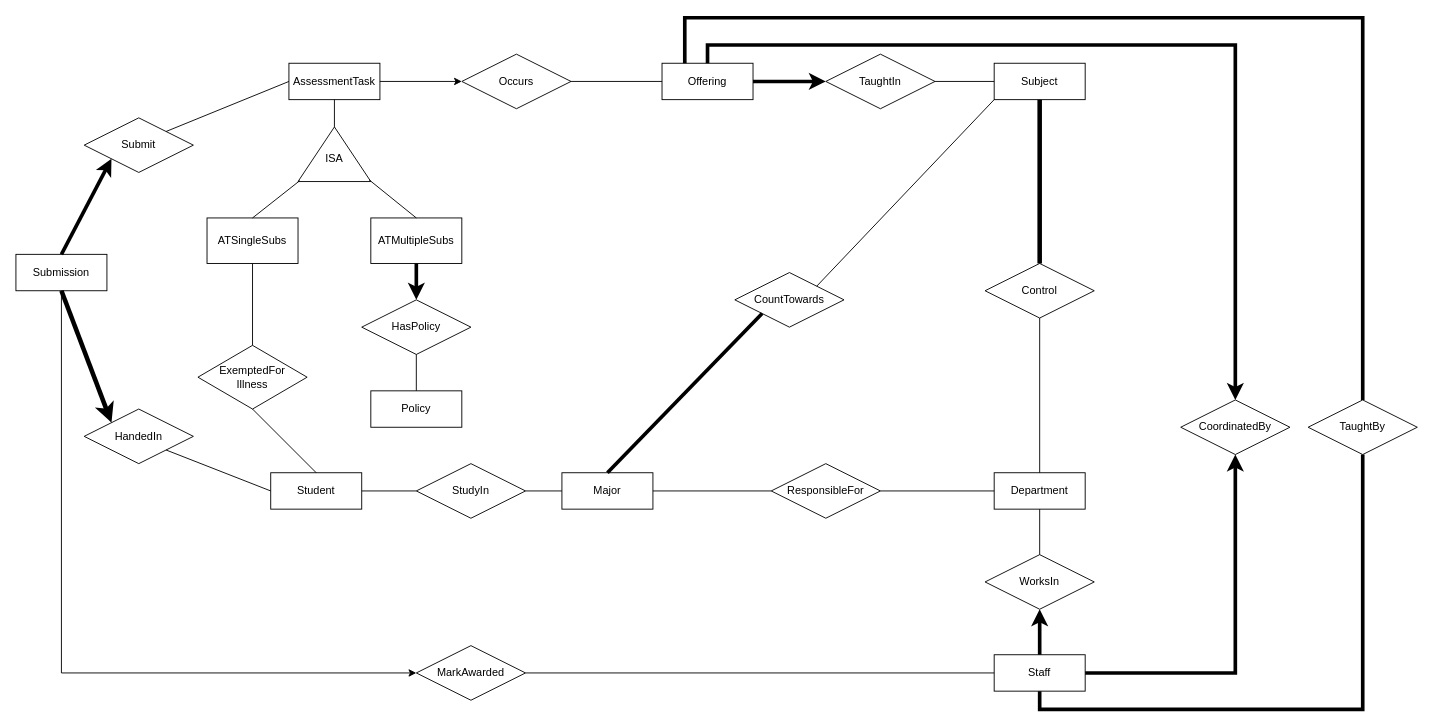
Before: isys2120a2.drawio in NguyenChHieu/graphs, a draw.io diagram. Source tidied: cells renumbered, new cells numbered last; positions are measured from the earlier drawing's top-left corner, leaving out a move shared by most shapes. Both pictures are drawn from the tidied source at 91%, with x=0, y=0 at pixel (15, 17).
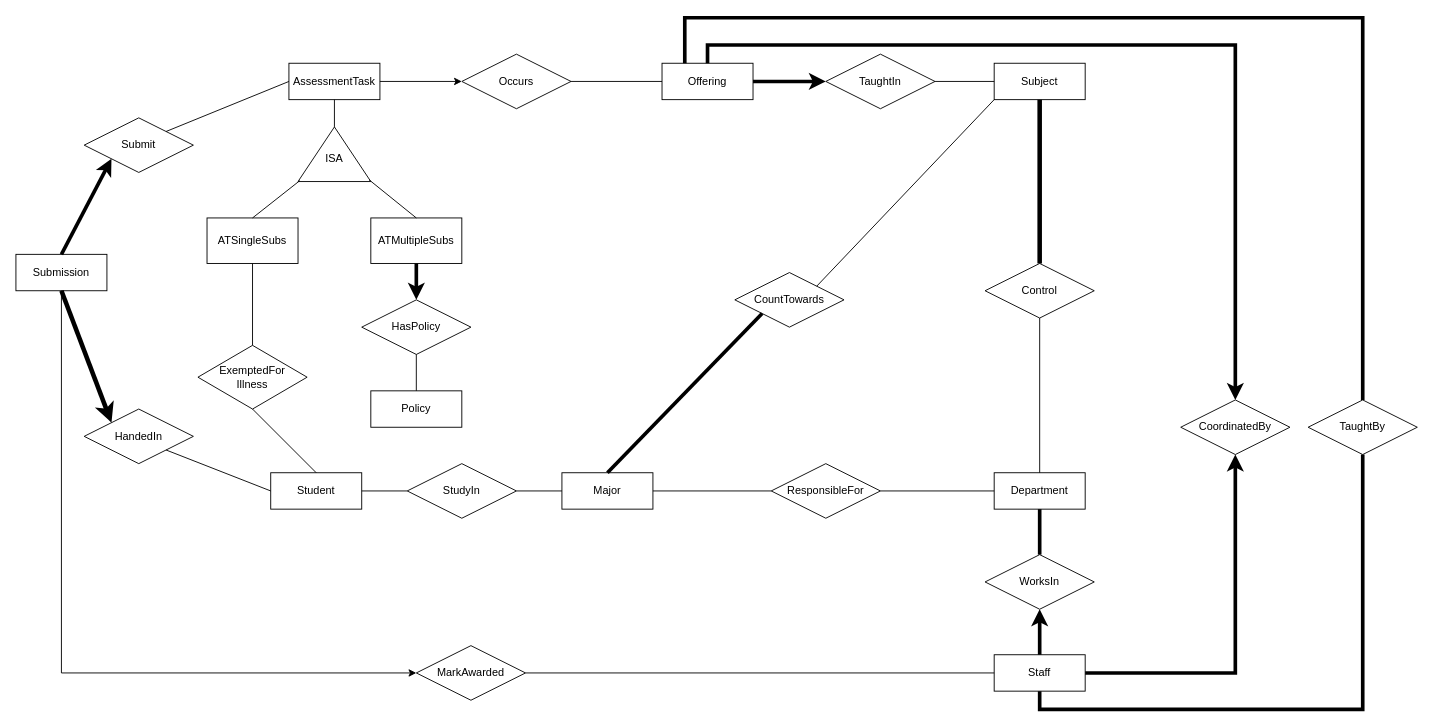
The same page after the edit.

Unchanged cells that the change refers to:
```xml
<mxCell id="3" value="Student" style="whiteSpace=wrap;html=1;align=center;" parent="1" vertex="1">
  <mxGeometry x="280" y="500" width="100" height="40" as="geometry" />
</mxCell>
<mxCell id="8" value="Department" style="whiteSpace=wrap;html=1;align=center;" parent="1" vertex="1">
  <mxGeometry x="1075" y="500" width="100" height="40" as="geometry" />
</mxCell>
<mxCell id="13" value="WorksIn" style="shape=rhombus;perimeter=rhombusPerimeter;whiteSpace=wrap;html=1;align=center;" parent="1" vertex="1">
  <mxGeometry x="1065" y="590" width="120" height="60" as="geometry" />
</mxCell>
```

The edit, as a diff of the source:
```diff
@@
     <mxCell id="10" value="StudyIn" style="shape=rhombus;perimeter=rhombusPerimeter;whiteSpace=wrap;html=1;align=center;" parent="1" vertex="1">
-      <mxGeometry x="440" y="490" width="120" height="60" as="geometry" />
+      <mxGeometry x="430" y="490" width="120" height="60" as="geometry" />
     </mxCell>
@@
-    <mxCell id="12" style="endArrow=none;html=1;rounded=0;entryX=1;entryY=0.5;entryDx=0;entryDy=0;" parent="1" edge="1" source="10" target="3">
+    <mxCell id="12" style="endArrow=none;html=1;rounded=0;entryX=1;entryY=0.5;entryDx=0;entryDy=0;strokeWidth=1;" parent="1" edge="1" source="10" target="3">
       <mxGeometry relative="1" as="geometry" />
     </mxCell>
@@
-    <mxCell id="14" style="endArrow=none;html=1;rounded=0;entryX=0.5;entryY=1;entryDx=0;entryDy=0;exitX=0.5;exitY=0;exitDx=0;exitDy=0;" parent="1" edge="1" source="13" target="8">
+    <mxCell id="14" style="endArrow=none;html=1;rounded=0;entryX=0.5;entryY=1;entryDx=0;entryDy=0;exitX=0.5;exitY=0;exitDx=0;exitDy=0;strokeWidth=4;" parent="1" edge="1" source="13" target="8">
       <mxGeometry relative="1" as="geometry" />
     </mxCell>
```
